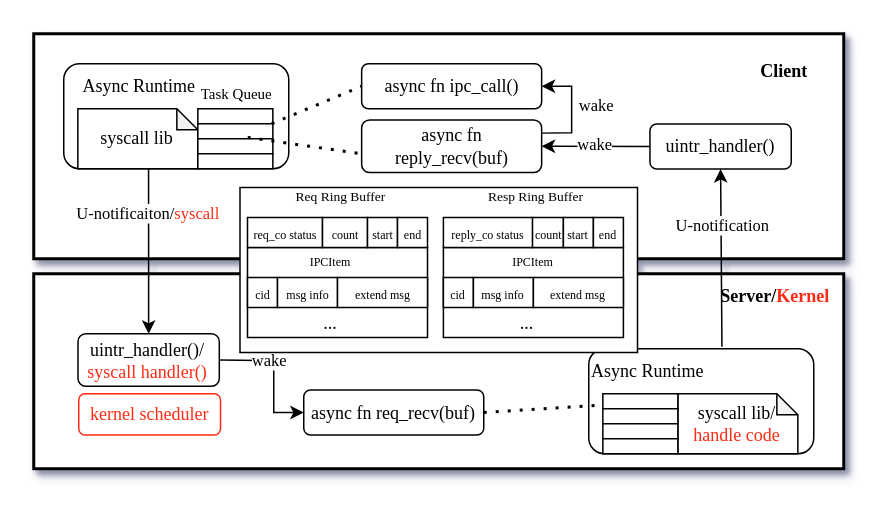
Before: images/async_framework.drawio in oscourse-tsinghua/openingreport-ldhai2023, a draw.io diagram. Source tidied: cells renumbered, new cells numbered last; positions are measured from the earlier drawing's top-left corner, leaving out a move shared by most shapes. Both pictures are drawn from the tidied source at 150%, with x=0, y=0 at pixel (33, 33).
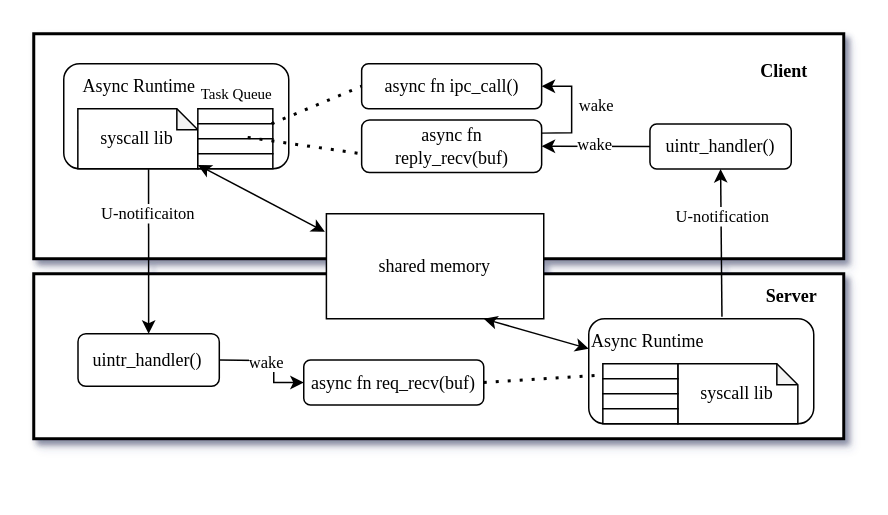
The same diagram, later.

Commit message (it also covers changes not shown here):
[paper] U-notifcation chart & ipc/syscall chart split

Unchanged cells that the change refers to:
```xml
<mxCell id="12" style="endArrow=classic;html=1;rounded=0;exitX=0.377;exitY=1.005;exitDx=0;exitDy=0;exitPerimeter=0;entryX=0.5;entryY=0;entryDx=0;entryDy=0;" parent="1" edge="1" source="7" target="11">
  <mxGeometry relative="1" as="geometry" />
</mxCell>
<mxCell id="19" style="rounded=0;whiteSpace=wrap;html=1;" parent="1" vertex="1">
  <mxGeometry x="109.4" y="80" width="50" height="10" as="geometry" />
</mxCell>
```

The edit, as a diff of the source:
```diff
@@
     <mxCell id="4" style="rounded=0;whiteSpace=wrap;html=1;strokeWidth=2;shadow=1;" parent="1" vertex="1">
-      <mxGeometry y="160" width="540" height="130" as="geometry" />
+      <mxGeometry y="160" width="540" height="110" as="geometry" />
     </mxCell>
-    <mxCell id="5" value="&lt;font face=&quot;Times New Roman&quot;&gt;&lt;b&gt;Server/&lt;font color=&quot;#ff2c14&quot;&gt;Kernel&lt;/font&gt;&lt;/b&gt;&lt;/font&gt;" style="text;html=1;align=center;verticalAlign=middle;strokeColor=none;fillColor=none;" parent="1" vertex="1">
-      <mxGeometry x="444" y="160" width="100" height="30" as="geometry" />
+    <mxCell id="5" value="&lt;font face=&quot;Times New Roman&quot;&gt;&lt;b&gt;Server&lt;/b&gt;&lt;/font&gt;" style="text;html=1;align=center;verticalAlign=middle;strokeColor=none;fillColor=none;" parent="1" vertex="1">
+      <mxGeometry x="475" y="160" width="60" height="30" as="geometry" />
     </mxCell>
@@
-    <mxCell id="11" value="&lt;div&gt;&lt;font face=&quot;Times New Roman&quot;&gt;uintr_handler()/&lt;/font&gt;&lt;/div&gt;&lt;div&gt;&lt;span style=&quot;font-family: &amp;quot;Times New Roman&amp;quot;;&quot;&gt;&lt;font color=&quot;#ff2c14&quot;&gt;syscall handler()&lt;/font&gt;&lt;/span&gt;&lt;font face=&quot;Times New Roman&quot;&gt;&lt;br&gt;&lt;/font&gt;&lt;/div&gt;" style="rounded=1;whiteSpace=wrap;html=1;" parent="1" vertex="1">
+    <mxCell id="11" value="&lt;div&gt;&lt;font face=&quot;Times New Roman&quot;&gt;uintr_handler()&lt;/font&gt;&lt;/div&gt;" style="rounded=1;whiteSpace=wrap;html=1;" parent="1" vertex="1">
       <mxGeometry x="29.5" y="200" width="94.2" height="35" as="geometry" />
     </mxCell>
@@
-    <mxCell id="13" value="&lt;font face=&quot;Times New Roman&quot;&gt;U-notificaiton/&lt;font color=&quot;#ff2c14&quot;&gt;syscall&lt;/font&gt;&lt;/font&gt;" style="edgeLabel;html=1;align=center;verticalAlign=middle;" parent="12" vertex="1">
+    <mxCell id="13" value="&lt;font face=&quot;Times New Roman&quot;&gt;U-notificaiton&lt;/font&gt;" style="edgeLabel;html=1;align=center;verticalAlign=middle;" parent="12" vertex="1">
       <mxGeometry x="-0.47" y="-1" relative="1" as="geometry" />
     </mxCell>
     <mxCell id="14" value="&lt;font face=&quot;Times New Roman&quot;&gt;async fn req_recv(buf)&lt;/font&gt;" style="rounded=1;whiteSpace=wrap;html=1;" parent="1" vertex="1">
-      <mxGeometry x="180" y="237.5" width="120" height="30" as="geometry" />
+      <mxGeometry x="180" y="217.5" width="120" height="30" as="geometry" />
     </mxCell>
@@
     <mxCell id="21" style="rounded=1;whiteSpace=wrap;html=1;" parent="1" vertex="1">
-      <mxGeometry x="370" y="210" width="150" height="70" as="geometry" />
+      <mxGeometry x="370" y="190" width="150" height="70" as="geometry" />
     </mxCell>
     <mxCell id="22" value="&lt;font face=&quot;Times New Roman&quot;&gt;Async Runtime&lt;/font&gt;" style="text;html=1;align=center;verticalAlign=middle;points=[];strokeColor=none;fillColor=none;" parent="1" vertex="1">
-      <mxGeometry x="359.4" y="210" width="100" height="30" as="geometry" />
+      <mxGeometry x="359.4" y="190" width="100" height="30" as="geometry" />
     </mxCell>
-    <mxCell id="23" value="&lt;font face=&quot;Times New Roman&quot;&gt;syscall lib/&lt;/font&gt;&lt;div&gt;&lt;font color=&quot;#ff2c14&quot; face=&quot;Times New Roman&quot;&gt;handle code&lt;/font&gt;&lt;/div&gt;" style="shape=note;whiteSpace=wrap;html=1;backgroundOutline=1;darkOpacity=0.05;size=14;" parent="1" vertex="1">
-      <mxGeometry x="429.4" y="240" width="80" height="40" as="geometry" />
+    <mxCell id="23" value="&lt;font face=&quot;Times New Roman&quot;&gt;syscall lib&lt;/font&gt;" style="shape=note;whiteSpace=wrap;html=1;backgroundOutline=1;darkOpacity=0.05;size=14;" parent="1" vertex="1">
+      <mxGeometry x="429.4" y="220" width="80" height="40" as="geometry" />
     </mxCell>
     <mxCell id="24" style="rounded=0;whiteSpace=wrap;html=1;" parent="1" vertex="1">
-      <mxGeometry x="379.4" y="240" width="50" height="10" as="geometry" />
+      <mxGeometry x="379.4" y="220" width="50" height="10" as="geometry" />
     </mxCell>
     <mxCell id="25" style="rounded=0;whiteSpace=wrap;html=1;" parent="1" vertex="1">
-      <mxGeometry x="379.4" y="250" width="50" height="10" as="geometry" />
+      <mxGeometry x="379.4" y="230" width="50" height="10" as="geometry" />
     </mxCell>
     <mxCell id="26" style="rounded=0;whiteSpace=wrap;html=1;" parent="1" vertex="1">
-      <mxGeometry x="379.4" y="260" width="50" height="10" as="geometry" />
+      <mxGeometry x="379.4" y="240" width="50" height="10" as="geometry" />
     </mxCell>
     <mxCell id="27" style="rounded=0;whiteSpace=wrap;html=1;" parent="1" vertex="1">
-      <mxGeometry x="379.4" y="270" width="50" height="10" as="geometry" />
+      <mxGeometry x="379.4" y="250" width="50" height="10" as="geometry" />
     </mxCell>
@@
-    <mxCell id="30" value="&lt;font color=&quot;#ff2c14&quot; face=&quot;Times New Roman&quot;&gt;kernel scheduler&lt;/font&gt;" style="rounded=1;whiteSpace=wrap;html=1;strokeColor=#FF2C14;" parent="1" vertex="1">
-      <mxGeometry x="30" y="240" width="94.5" height="27.5" as="geometry" />
-    </mxCell>
@@
     <mxCell id="36" style="endArrow=classic;html=1;rounded=0;exitX=1;exitY=0.5;exitDx=0;exitDy=0;entryX=0;entryY=0.5;entryDx=0;entryDy=0;" parent="1" edge="1" source="11" target="14">
       <mxGeometry relative="1" as="geometry">
         <Array as="points">
           <mxPoint x="160" y="218" />
-          <mxPoint x="160" y="252.5" />
+          <mxPoint x="160" y="232.5" />
         </Array>
       </mxGeometry>
     </mxCell>
     <mxCell id="37" value="&lt;font face=&quot;Times New Roman&quot;&gt;wake&lt;/font&gt;" style="edgeLabel;html=1;align=center;verticalAlign=middle;" parent="36" vertex="1">
-      <mxGeometry x="-0.27" relative="1" as="geometry" />
+      <mxGeometry x="-0.12" y="-1" relative="1" as="geometry" />
     </mxCell>
@@
-    <mxCell id="40" style="rounded=0;whiteSpace=wrap;html=1;" parent="1" vertex="1">
-      <mxGeometry x="137.5" y="102.5" width="265" height="110" as="geometry" />
+    <mxCell id="40" value="&lt;font face=&quot;Times New Roman&quot;&gt;shared memory&lt;/font&gt;" style="rounded=0;whiteSpace=wrap;html=1;" parent="1" vertex="1">
+      <mxGeometry x="195.1" y="120" width="144.9" height="70" as="geometry" />
     </mxCell>
-    <mxCell id="41" style="rounded=0;whiteSpace=wrap;html=1;" parent="1" vertex="1">
-      <mxGeometry x="142.5" y="142.5" width="120" height="60" as="geometry" />
-    </mxCell>
-    <mxCell id="42" value="&lt;font face=&quot;Times New Roman&quot; style=&quot;font-size: 8px;&quot;&gt;req_co status&lt;/font&gt;" style="rounded=0;whiteSpace=wrap;html=1;" parent="1" vertex="1">
-      <mxGeometry x="142.5" y="122.5" width="50" height="20" as="geometry" />
-    </mxCell>
-    <mxCell id="43" value="&lt;span style=&quot;font-family: &amp;quot;Times New Roman&amp;quot;;&quot;&gt;&lt;font style=&quot;font-size: 8px;&quot;&gt;count&lt;/font&gt;&lt;/span&gt;" style="rounded=0;whiteSpace=wrap;html=1;" parent="1" vertex="1">
-      <mxGeometry x="192.5" y="122.5" width="30" height="20" as="geometry" />
-    </mxCell>
-    <mxCell id="44" value="&lt;span style=&quot;font-family: &amp;quot;Times New Roman&amp;quot;;&quot;&gt;&lt;font style=&quot;font-size: 8px;&quot;&gt;start&lt;/font&gt;&lt;/span&gt;" style="rounded=0;whiteSpace=wrap;html=1;" parent="1" vertex="1">
-      <mxGeometry x="222.5" y="122.5" width="20" height="20" as="geometry" />
-    </mxCell>
-    <mxCell id="45" value="&lt;font face=&quot;Times New Roman&quot; style=&quot;font-size: 8px;&quot;&gt;end&lt;/font&gt;" style="rounded=0;whiteSpace=wrap;html=1;" parent="1" vertex="1">
-      <mxGeometry x="242.5" y="122.5" width="20" height="20" as="geometry" />
-    </mxCell>
-    <mxCell id="46" value="&lt;font face=&quot;Times New Roman&quot; style=&quot;font-size: 8px;&quot;&gt;cid&lt;/font&gt;" style="rounded=0;whiteSpace=wrap;html=1;" parent="1" vertex="1">
-      <mxGeometry x="142.5" y="162.5" width="20" height="20" as="geometry" />
-    </mxCell>
-    <mxCell id="47" value="&lt;font face=&quot;Times New Roman&quot; style=&quot;font-size: 8px;&quot;&gt;msg info&lt;/font&gt;" style="rounded=0;whiteSpace=wrap;html=1;" parent="1" vertex="1">
-      <mxGeometry x="162.5" y="162.5" width="40" height="20" as="geometry" />
-    </mxCell>
-    <mxCell id="48" value="&lt;font style=&quot;font-size: 8px;&quot; face=&quot;Times New Roman&quot;&gt;extend msg&lt;/font&gt;" style="rounded=0;whiteSpace=wrap;html=1;" parent="1" vertex="1">
-      <mxGeometry x="202.5" y="162.5" width="60" height="20" as="geometry" />
-    </mxCell>
-    <mxCell id="49" value="&lt;font style=&quot;font-size: 9px;&quot; face=&quot;Times New Roman&quot;&gt;Req Ring Buffer&lt;/font&gt;" style="text;html=1;align=center;verticalAlign=middle;whiteSpace=wrap;rounded=0;" parent="1" vertex="1">
-      <mxGeometry x="159.7" y="92.5" width="90" height="30" as="geometry" />
-    </mxCell>
-    <mxCell id="50" value="&lt;font style=&quot;font-size: 8px;&quot; face=&quot;Times New Roman&quot;&gt;IPCItem&lt;/font&gt;" style="text;html=1;align=center;verticalAlign=middle;whiteSpace=wrap;rounded=0;" parent="1" vertex="1">
-      <mxGeometry x="167.5" y="140" width="60" height="22.5" as="geometry" />
-    </mxCell>
-    <mxCell id="51" value="&lt;font face=&quot;Times New Roman&quot;&gt;...&lt;/font&gt;" style="text;html=1;align=center;verticalAlign=middle;whiteSpace=wrap;rounded=0;" parent="1" vertex="1">
-      <mxGeometry x="168.1" y="182.5" width="60" height="20" as="geometry" />
-    </mxCell>
-    <mxCell id="52" value="&lt;font style=&quot;font-size: 9px;&quot; face=&quot;Times New Roman&quot;&gt;Resp Ring Buffer&lt;/font&gt;" style="text;html=1;align=center;verticalAlign=middle;whiteSpace=wrap;rounded=0;" parent="1" vertex="1">
-      <mxGeometry x="290.3" y="92.5" width="90" height="30" as="geometry" />
-    </mxCell>
-    <mxCell id="53" style="rounded=0;whiteSpace=wrap;html=1;" parent="1" vertex="1">
-      <mxGeometry x="273.1" y="142.5" width="120" height="60" as="geometry" />
-    </mxCell>
-    <mxCell id="54" value="&lt;font face=&quot;Times New Roman&quot; style=&quot;font-size: 8px;&quot;&gt;reply_co status&lt;/font&gt;" style="rounded=0;whiteSpace=wrap;html=1;" parent="1" vertex="1">
-      <mxGeometry x="273.1" y="122.5" width="59.5" height="20" as="geometry" />
-    </mxCell>
-    <mxCell id="55" value="&lt;span style=&quot;font-family: &amp;quot;Times New Roman&amp;quot;;&quot;&gt;&lt;font style=&quot;font-size: 8px;&quot;&gt;count&lt;/font&gt;&lt;/span&gt;" style="rounded=0;whiteSpace=wrap;html=1;" parent="1" vertex="1">
-      <mxGeometry x="332.5" y="122.5" width="20.6" height="20" as="geometry" />
-    </mxCell>
-    <mxCell id="56" value="&lt;span style=&quot;font-family: &amp;quot;Times New Roman&amp;quot;;&quot;&gt;&lt;font style=&quot;font-size: 8px;&quot;&gt;start&lt;/font&gt;&lt;/span&gt;" style="rounded=0;whiteSpace=wrap;html=1;" parent="1" vertex="1">
-      <mxGeometry x="353.1" y="122.5" width="20" height="20" as="geometry" />
-    </mxCell>
-    <mxCell id="57" value="&lt;font face=&quot;Times New Roman&quot; style=&quot;font-size: 8px;&quot;&gt;end&lt;/font&gt;" style="rounded=0;whiteSpace=wrap;html=1;" parent="1" vertex="1">
-      <mxGeometry x="373.1" y="122.5" width="20" height="20" as="geometry" />
-    </mxCell>
-    <mxCell id="58" value="&lt;font face=&quot;Times New Roman&quot; style=&quot;font-size: 8px;&quot;&gt;cid&lt;/font&gt;" style="rounded=0;whiteSpace=wrap;html=1;" parent="1" vertex="1">
-      <mxGeometry x="273.1" y="162.5" width="20" height="20" as="geometry" />
-    </mxCell>
-    <mxCell id="59" value="&lt;font face=&quot;Times New Roman&quot; style=&quot;font-size: 8px;&quot;&gt;msg info&lt;/font&gt;" style="rounded=0;whiteSpace=wrap;html=1;" parent="1" vertex="1">
-      <mxGeometry x="293.1" y="162.5" width="40" height="20" as="geometry" />
-    </mxCell>
-    <mxCell id="60" value="&lt;font style=&quot;font-size: 8px;&quot; face=&quot;Times New Roman&quot;&gt;extend msg&lt;/font&gt;" style="rounded=0;whiteSpace=wrap;html=1;" parent="1" vertex="1">
-      <mxGeometry x="333.1" y="162.5" width="60" height="20" as="geometry" />
-    </mxCell>
-    <mxCell id="61" value="&lt;font face=&quot;Times New Roman&quot;&gt;...&lt;/font&gt;" style="text;html=1;align=center;verticalAlign=middle;whiteSpace=wrap;rounded=0;" parent="1" vertex="1">
-      <mxGeometry x="298.6" y="182.5" width="60" height="20" as="geometry" />
-    </mxCell>
-    <mxCell id="62" value="&lt;font style=&quot;font-size: 8px;&quot; face=&quot;Times New Roman&quot;&gt;IPCItem&lt;/font&gt;" style="text;html=1;align=center;verticalAlign=middle;whiteSpace=wrap;rounded=0;" parent="1" vertex="1">
-      <mxGeometry x="303" y="140" width="60" height="22.5" as="geometry" />
-    </mxCell>
+    <mxCell id="63" style="endArrow=classic;startArrow=classic;html=1;rounded=0;exitX=0;exitY=0.75;exitDx=0;exitDy=0;entryX=-0.007;entryY=0.172;entryDx=0;entryDy=0;entryPerimeter=0;" parent="1" edge="1" source="19" target="40">
+      <mxGeometry relative="1" as="geometry" />
+    </mxCell>
+    <mxCell id="64" style="endArrow=classic;startArrow=classic;html=1;rounded=0;exitX=0.106;exitY=0.667;exitDx=0;exitDy=0;exitPerimeter=0;" parent="1" edge="1" source="22">
+      <mxGeometry relative="1" as="geometry">
+        <mxPoint x="300" y="190" as="targetPoint" />
+      </mxGeometry>
+    </mxCell>
```
